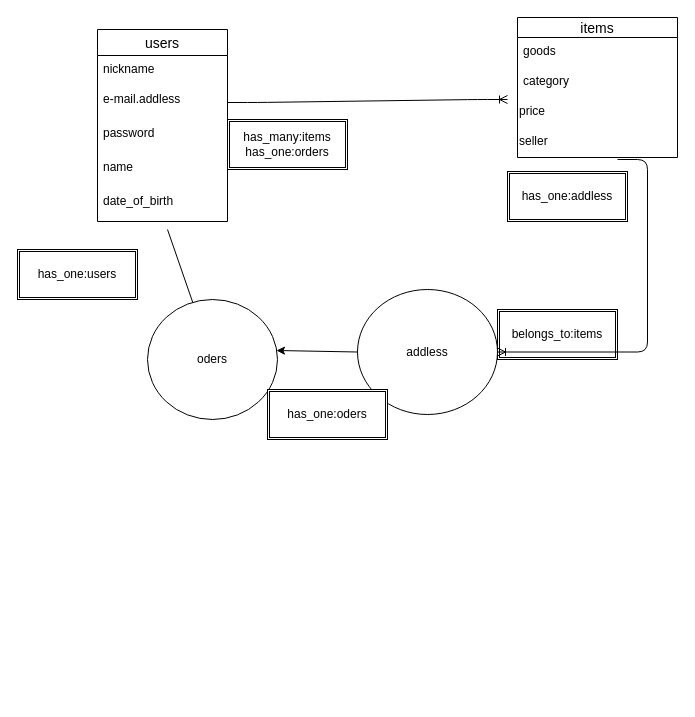
Above: ER.dio in 62111341a/furima-37143 (draw.io), before the change. Source tidied: cells renumbered, new cells numbered last; positions are measured from the earlier drawing's top-left corner, leaving out a move shared by most shapes. Both pictures are drawn from the tidied source at 100%, with x=0, y=0 at pixel (17, 17).
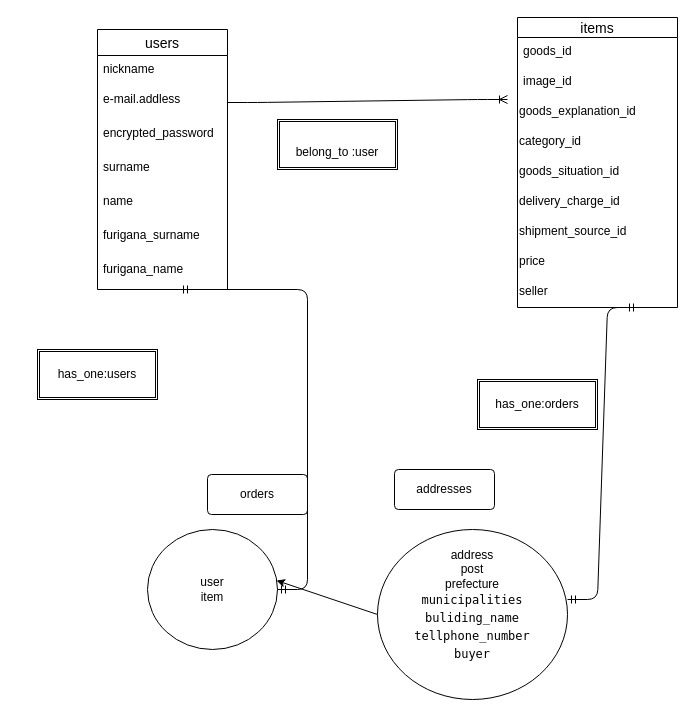
The same diagram, later.

What changed in the source:
```diff
@@
-    <mxCell id="2" value="oders" style="ellipse;whiteSpace=wrap;html=1;align=center;" parent="1" vertex="1">
-      <mxGeometry x="130" y="282" width="130" height="120" as="geometry" />
+    <mxCell id="2" value="user&lt;br&gt;item" style="ellipse;whiteSpace=wrap;html=1;align=center;" parent="1" vertex="1">
+      <mxGeometry x="130" y="512" width="130" height="120" as="geometry" />
     </mxCell>
@@
-    <mxCell id="4" value="addless" style="ellipse;whiteSpace=wrap;html=1;align=center;" parent="1" vertex="1">
-      <mxGeometry x="340" y="272" width="140" height="125" as="geometry" />
+    <mxCell id="4" value="address&lt;br&gt;post&lt;br&gt;prefecture&lt;br&gt;&lt;div style=&quot;background-color: rgb(255 , 255 , 255) ; font-family: &amp;#34;menlo&amp;#34; , &amp;#34;monaco&amp;#34; , &amp;#34;courier new&amp;#34; , monospace ; line-height: 18px&quot;&gt;municipalities&lt;/div&gt;&lt;div style=&quot;background-color: rgb(255 , 255 , 255) ; font-family: &amp;#34;menlo&amp;#34; , &amp;#34;monaco&amp;#34; , &amp;#34;courier new&amp;#34; , monospace ; line-height: 18px&quot;&gt;buliding_name&lt;/div&gt;&lt;div style=&quot;background-color: rgb(255 , 255 , 255) ; font-family: &amp;#34;menlo&amp;#34; , &amp;#34;monaco&amp;#34; , &amp;#34;courier new&amp;#34; , monospace ; line-height: 18px&quot;&gt;tellphone_number&lt;/div&gt;&lt;div style=&quot;background-color: rgb(255 , 255 , 255) ; font-family: &amp;#34;menlo&amp;#34; , &amp;#34;monaco&amp;#34; , &amp;#34;courier new&amp;#34; , monospace ; line-height: 18px&quot;&gt;buyer&lt;/div&gt;&lt;div style=&quot;background-color: rgb(255 , 255 , 255) ; font-family: &amp;#34;menlo&amp;#34; , &amp;#34;monaco&amp;#34; , &amp;#34;courier new&amp;#34; , monospace ; line-height: 18px&quot;&gt;&lt;br&gt;&lt;/div&gt;" style="ellipse;whiteSpace=wrap;html=1;align=center;" parent="1" vertex="1">
+      <mxGeometry x="360" y="512" width="190" height="170" as="geometry" />
     </mxCell>
     <mxCell id="5" value="users" style="swimlane;fontStyle=0;horizontal=1;startSize=26;align=center;fontSize=14;" parent="1" vertex="1">
-      <mxGeometry x="80" y="12" width="130" height="192" as="geometry" />
+      <mxGeometry x="80" y="12" width="130" height="260" as="geometry" />
     </mxCell>
@@
-    <mxCell id="8" value="password" style="text;strokeColor=none;fillColor=none;spacingLeft=4;spacingRight=4;overflow=hidden;fontSize=12;" parent="5" vertex="1">
+    <mxCell id="8" value="encrypted_password" style="text;strokeColor=none;fillColor=none;spacingLeft=4;spacingRight=4;overflow=hidden;fontSize=12;" parent="5" vertex="1">
       <mxGeometry y="90" width="130" height="34" as="geometry" />
     </mxCell>
-    <mxCell id="9" value="name" style="text;strokeColor=none;fillColor=none;spacingLeft=4;spacingRight=4;overflow=hidden;fontSize=12;" parent="5" vertex="1">
+    <mxCell id="9" value="surname" style="text;strokeColor=none;fillColor=none;spacingLeft=4;spacingRight=4;overflow=hidden;fontSize=12;" parent="5" vertex="1">
       <mxGeometry y="124" width="130" height="34" as="geometry" />
     </mxCell>
-    <mxCell id="10" value="date_of_birth" style="text;strokeColor=none;fillColor=none;spacingLeft=4;spacingRight=4;overflow=hidden;fontSize=12;" parent="5" vertex="1">
+    <mxCell id="10" value="name" style="text;strokeColor=none;fillColor=none;spacingLeft=4;spacingRight=4;overflow=hidden;fontSize=12;" parent="5" vertex="1">
       <mxGeometry y="158" width="130" height="34" as="geometry" />
     </mxCell>
+    <mxCell id="24" value="furigana_surname" style="text;strokeColor=none;fillColor=none;spacingLeft=4;spacingRight=4;overflow=hidden;fontSize=12;" parent="5" vertex="1">
+      <mxGeometry y="192" width="130" height="34" as="geometry" />
+    </mxCell>
+    <mxCell id="25" value="furigana_name" style="text;strokeColor=none;fillColor=none;spacingLeft=4;spacingRight=4;overflow=hidden;points=[[0,0.5],[1,0.5]];portConstraint=eastwest;fontSize=12;" parent="5" vertex="1">
+      <mxGeometry y="226" width="130" height="34" as="geometry" />
+    </mxCell>
     <mxCell id="11" value="items" style="swimlane;fontStyle=0;horizontal=1;startSize=20;align=center;fontSize=14;" parent="1" vertex="1">
-      <mxGeometry x="500" width="160" height="140" as="geometry" />
+      <mxGeometry x="500" width="160" height="290" as="geometry" />
     </mxCell>
-    <mxCell id="12" value="goods" style="text;strokeColor=none;fillColor=none;spacingLeft=4;spacingRight=4;overflow=hidden;fontSize=12;" parent="11" vertex="1">
+    <mxCell id="12" value="goods_id&#10;" style="text;strokeColor=none;fillColor=none;spacingLeft=4;spacingRight=4;overflow=hidden;fontSize=12;" parent="11" vertex="1">
       <mxGeometry y="20" width="160" height="30" as="geometry" />
     </mxCell>
-    <mxCell id="13" value="category" style="text;strokeColor=none;fillColor=none;spacingLeft=4;spacingRight=4;overflow=hidden;fontSize=12;" parent="11" vertex="1">
+    <mxCell id="13" value="image_id" style="text;strokeColor=none;fillColor=none;spacingLeft=4;spacingRight=4;overflow=hidden;fontSize=12;" parent="11" vertex="1">
       <mxGeometry y="50" width="160" height="30" as="geometry" />
     </mxCell>
+    <mxCell id="26" value="&lt;font face=&quot;helvetica&quot;&gt;goods_explanation_id&lt;/font&gt;" style="text;whiteSpace=wrap;html=1;" parent="11" vertex="1">
+      <mxGeometry y="80" width="160" height="30" as="geometry" />
+    </mxCell>
-    <mxCell id="14" value="&lt;font face=&quot;helvetica&quot;&gt;price&lt;/font&gt;" style="text;whiteSpace=wrap;html=1;" parent="11" vertex="1">
-      <mxGeometry y="80" width="160" height="30" as="geometry" />
+    <mxCell id="14" value="&lt;font face=&quot;helvetica&quot;&gt;category_id&lt;/font&gt;" style="text;whiteSpace=wrap;html=1;" parent="11" vertex="1">
+      <mxGeometry y="110" width="160" height="30" as="geometry" />
     </mxCell>
+    <mxCell id="27" value="&lt;font face=&quot;helvetica&quot;&gt;goods_situation_id&lt;/font&gt;" style="text;whiteSpace=wrap;html=1;" parent="11" vertex="1">
+      <mxGeometry y="140" width="160" height="30" as="geometry" />
+    </mxCell>
+    <mxCell id="28" value="&lt;font face=&quot;helvetica&quot;&gt;delivery_charge_id&lt;/font&gt;" style="text;whiteSpace=wrap;html=1;" parent="11" vertex="1">
+      <mxGeometry y="170" width="160" height="30" as="geometry" />
+    </mxCell>
+    <mxCell id="29" value="&lt;font face=&quot;helvetica&quot;&gt;shipment_source_id&lt;/font&gt;" style="text;whiteSpace=wrap;html=1;" parent="11" vertex="1">
+      <mxGeometry y="200" width="160" height="30" as="geometry" />
+    </mxCell>
+    <mxCell id="30" value="&lt;font face=&quot;helvetica&quot;&gt;price&lt;br&gt;&lt;br&gt;&lt;/font&gt;" style="text;whiteSpace=wrap;html=1;" parent="11" vertex="1">
+      <mxGeometry y="230" width="160" height="30" as="geometry" />
+    </mxCell>
     <mxCell id="15" value="&lt;font face=&quot;helvetica&quot;&gt;seller&lt;/font&gt;" style="text;whiteSpace=wrap;html=1;" parent="11" vertex="1">
-      <mxGeometry y="110" width="160" height="30" as="geometry" />
+      <mxGeometry y="260" width="160" height="30" as="geometry" />
     </mxCell>
-    <mxCell id="16" value="has_one:addless" style="shape=ext;double=1;rounded=0;whiteSpace=wrap;html=1;" parent="1" vertex="1">
-      <mxGeometry x="490" y="154" width="120" height="50" as="geometry" />
-    </mxCell>
-    <mxCell id="17" value="belongs_to:items" style="shape=ext;double=1;rounded=0;whiteSpace=wrap;html=1;" parent="1" vertex="1">
-      <mxGeometry x="480" y="292" width="120" height="50" as="geometry" />
-    </mxCell>
-    <mxCell id="18" value="has_many:items&lt;br&gt;has_one:orders" style="shape=ext;double=1;rounded=0;whiteSpace=wrap;html=1;" parent="1" vertex="1">
-      <mxGeometry x="210" y="102" width="120" height="50" as="geometry" />
+    <mxCell id="18" value="&lt;br&gt;belong_to :user" style="shape=ext;double=1;rounded=0;whiteSpace=wrap;html=1;" parent="1" vertex="1">
+      <mxGeometry x="260" y="102" width="120" height="50" as="geometry" />
     </mxCell>
@@
-    <mxCell id="20" style="edgeStyle=entityRelationEdgeStyle;fontSize=12;html=1;endArrow=ERoneToMany;rounded=1;sketch=0;startSize=6;strokeWidth=1;" parent="1" edge="1" target="4">
-      <mxGeometry relative="1" as="geometry">
-        <mxPoint x="600" y="142" as="sourcePoint" />
-      </mxGeometry>
-    </mxCell>
-    <mxCell id="21" style="endArrow=none;html=1;rounded=0;sketch=0;startSize=6;strokeWidth=1;" parent="1" edge="1" target="2">
-      <mxGeometry relative="1" as="geometry">
-        <mxPoint x="150" y="212" as="sourcePoint" />
-      </mxGeometry>
-    </mxCell>
-    <mxCell id="22" value="has_one:oders" style="shape=ext;double=1;rounded=0;whiteSpace=wrap;html=1;" parent="1" vertex="1">
-      <mxGeometry x="250" y="372" width="120" height="50" as="geometry" />
+    <mxCell id="22" value="has_one:orders" style="shape=ext;double=1;rounded=0;whiteSpace=wrap;html=1;" parent="1" vertex="1">
+      <mxGeometry x="460" y="362" width="120" height="50" as="geometry" />
     </mxCell>
     <mxCell id="23" value="has_one:users" style="shape=ext;double=1;rounded=0;whiteSpace=wrap;html=1;" parent="1" vertex="1">
-      <mxGeometry y="232" width="120" height="50" as="geometry" />
+      <mxGeometry x="20" y="332" width="120" height="50" as="geometry" />
     </mxCell>
+    <mxCell id="31" value="orders" style="rounded=1;arcSize=10;whiteSpace=wrap;html=1;align=center;" parent="1" vertex="1">
+      <mxGeometry x="190" y="457" width="100" height="40" as="geometry" />
+    </mxCell>
+    <mxCell id="32" value="addresses" style="rounded=1;arcSize=10;whiteSpace=wrap;html=1;align=center;" parent="1" vertex="1">
+      <mxGeometry x="377" y="452" width="100" height="40" as="geometry" />
+    </mxCell>
+    <mxCell id="33" style="edgeStyle=entityRelationEdgeStyle;fontSize=12;html=1;endArrow=ERmandOne;startArrow=ERmandOne;entryX=0.75;entryY=1;entryDx=0;entryDy=0;" parent="1" edge="1" target="15">
+      <mxGeometry relative="1" as="geometry">
+        <mxPoint x="550" y="582" as="sourcePoint" />
+      </mxGeometry>
+    </mxCell>
+    <mxCell id="34" style="edgeStyle=entityRelationEdgeStyle;fontSize=12;html=1;endArrow=ERmandOne;startArrow=ERmandOne;entryX=0.631;entryY=1;entryDx=0;entryDy=0;entryPerimeter=0;" parent="1" edge="1" source="2" target="25">
+      <mxGeometry relative="1" as="geometry" />
+    </mxCell>
```
